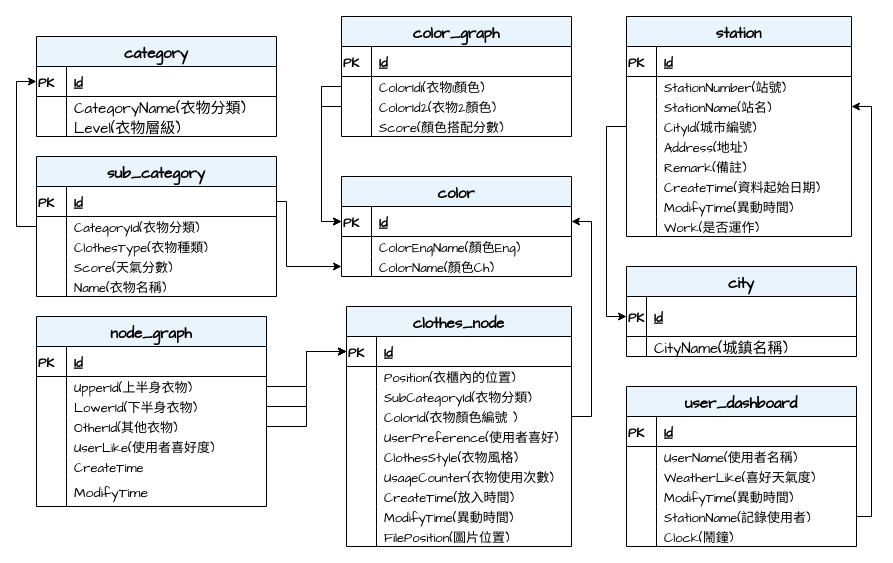
This is page "ER-Model" (5 of 8) of FileFolder/AIcloset_v2.drawio from Chrouos/Intelligence-Closet, a draw.io file, before an edit. Source tidied: cells renumbered, new cells numbered last; positions are measured from the earlier drawing's top-left corner, leaving out a move shared by most shapes. Both pictures are drawn from the tidied source at 100%, with x=0, y=0 at pixel (36, 16).
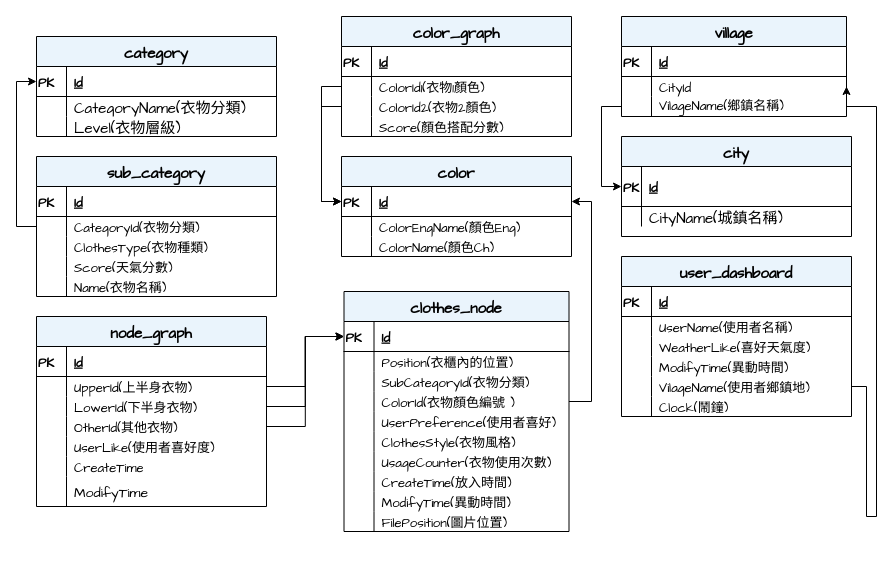
Above is the later version.

Unchanged cells that the change refers to:
```xml
<mxCell id="14" style="shape=partialRectangle;fillColor=none;top=0;left=0;bottom=1;right=0;points=[[0,0.5],[1,0.5]];portConstraint=eastwest;fontFamily=Comic Sans MS;fontSize=13;align=left;" parent="13" vertex="1">
  <mxGeometry y="30" width="240" height="30" as="geometry" />
</mxCell>
<mxCell id="46" style="shape=partialRectangle;fillColor=none;top=0;left=0;bottom=0;right=0;points=[[0,0.5],[1,0.5]];portConstraint=eastwest;fontFamily=Comic Sans MS;fontSize=13;align=left;" parent="36" vertex="1">
  <mxGeometry y="100" width="225" height="20" as="geometry" />
</mxCell>
<mxCell id="81" style="shape=partialRectangle;fillColor=none;top=0;left=0;bottom=1;right=0;points=[[0,0.5],[1,0.5]];portConstraint=eastwest;fontFamily=Comic Sans MS;fontSize=13;align=left;" parent="80" vertex="1">
  <mxGeometry y="30" width="230" height="30" as="geometry" />
</mxCell>
<mxCell id="87" style="shape=partialRectangle;fillColor=none;top=0;left=0;bottom=0;right=0;points=[[0,0.5],[1,0.5]];portConstraint=eastwest;fontFamily=Comic Sans MS;fontSize=13;align=left;" parent="80" vertex="1">
  <mxGeometry y="80" width="230" height="20" as="geometry" />
</mxCell>
<mxCell id="131" style="shape=partialRectangle;fillColor=none;top=0;left=0;bottom=0;right=0;points=[[0,0.5],[1,0.5]];portConstraint=eastwest;fontFamily=Comic Sans MS;fontSize=13;align=left;" parent="118" vertex="1">
  <mxGeometry y="120" width="230" height="20" as="geometry" />
</mxCell>
```

The edit, as a diff of the source:
```diff
@@
     <mxCell id="29" value="city" style="shape=table;startSize=30;childLayout=tableLayout;rowLines=0;fontStyle=1;align=center;fontFamily=Comic Sans MS;fontSize=15;fillColor=#EAF4FC;" parent="1" vertex="1">
-      <mxGeometry x="590" y="250" width="230" height="90" as="geometry" />
+      <mxGeometry x="585" y="120" width="230" height="100" as="geometry" />
     </mxCell>
@@
     <mxCell id="36" value="clothes_node" style="shape=table;startSize=30;childLayout=tableLayout;rowLines=0;fontStyle=1;align=center;fontFamily=Comic Sans MS;fontSize=15;fillColor=#EAF4FC;" parent="1" vertex="1">
-      <mxGeometry x="310" y="290" width="225" height="240" as="geometry" />
+      <mxGeometry x="307.5" y="275" width="225" height="240" as="geometry" />
     </mxCell>
@@
     <mxCell id="80" value="color" style="shape=table;startSize=30;childLayout=tableLayout;rowLines=0;fontStyle=1;align=center;fontFamily=Comic Sans MS;fontSize=15;fillColor=#EAF4FC;" parent="1" vertex="1">
-      <mxGeometry x="305" y="160" width="230" height="100" as="geometry" />
+      <mxGeometry x="305" y="140" width="230" height="100" as="geometry" />
     </mxCell>
@@
-    <mxCell id="90" value="station" style="shape=table;startSize=30;childLayout=tableLayout;rowLines=0;fontStyle=1;align=center;fontFamily=Comic Sans MS;fontSize=15;fillColor=#EAF4FC;" parent="1" vertex="1">
-      <mxGeometry x="590" width="225" height="220" as="geometry" />
+    <mxCell id="90" value="village" style="shape=table;startSize=30;childLayout=tableLayout;rowLines=0;fontStyle=1;align=center;fontFamily=Comic Sans MS;fontSize=15;fillColor=#EAF4FC;" parent="1" vertex="1">
+      <mxGeometry x="585" width="225" height="100" as="geometry" />
     </mxCell>
@@
-    <mxCell id="94" style="shape=partialRectangle;fillColor=none;top=0;left=0;bottom=0;right=0;fontFamily=Comic Sans MS;fontSize=13;align=left;" parent="90" vertex="1">
-      <mxGeometry y="60" width="225" height="20" as="geometry" />
-    </mxCell>
-    <mxCell id="95" style="shape=partialRectangle;fillColor=none;top=0;left=0;bottom=0;right=0;overflow=hidden;fontFamily=Comic Sans MS;fontSize=13;align=left;" parent="94" vertex="1">
-      <mxGeometry width="30" height="20" as="geometry" />
-    </mxCell>
-    <mxCell id="96" value="StationNumber(站號)" style="shape=partialRectangle;fillColor=none;top=0;left=0;bottom=0;right=0;align=left;spacingLeft=6;overflow=hidden;fontFamily=Comic Sans MS;fontSize=13;" parent="94" vertex="1">
-      <mxGeometry x="30" width="195" height="20" as="geometry" />
-    </mxCell>
     <mxCell id="97" style="shape=partialRectangle;fillColor=none;top=0;left=0;bottom=0;right=0;points=[[0,0.5],[1,0.5]];portConstraint=eastwest;fontFamily=Comic Sans MS;fontSize=13;align=left;" parent="90" vertex="1">
-      <mxGeometry y="80" width="225" height="20" as="geometry" />
+      <mxGeometry y="60" width="225" height="20" as="geometry" />
     </mxCell>
@@
-    <mxCell id="99" value="StationName(站名)" style="shape=partialRectangle;fillColor=none;top=0;left=0;bottom=0;right=0;align=left;spacingLeft=6;overflow=hidden;fontFamily=Comic Sans MS;fontSize=13;" parent="97" vertex="1">
+    <mxCell id="99" value="CityId" style="shape=partialRectangle;fillColor=none;top=0;left=0;bottom=0;right=0;align=left;spacingLeft=6;overflow=hidden;fontFamily=Comic Sans MS;fontSize=13;" parent="97" vertex="1">
       <mxGeometry x="30" width="195" height="20" as="geometry" />
     </mxCell>
     <mxCell id="100" style="shape=partialRectangle;fillColor=none;top=0;left=0;bottom=0;right=0;points=[[0,0.5],[1,0.5]];portConstraint=eastwest;fontFamily=Comic Sans MS;fontSize=13;align=left;" parent="90" vertex="1">
-      <mxGeometry y="100" width="225" height="20" as="geometry" />
+      <mxGeometry y="80" width="225" height="20" as="geometry" />
     </mxCell>
@@
-    <mxCell id="102" value="CityId(城市編號)" style="shape=partialRectangle;fillColor=none;top=0;left=0;bottom=0;right=0;align=left;spacingLeft=6;overflow=hidden;fontFamily=Comic Sans MS;fontSize=13;" parent="100" vertex="1">
+    <mxCell id="102" value="VilageName(鄉鎮名稱)&#10;" style="shape=partialRectangle;fillColor=none;top=0;left=0;bottom=0;right=0;align=left;spacingLeft=6;overflow=hidden;fontFamily=Comic Sans MS;fontSize=13;" parent="100" vertex="1">
       <mxGeometry x="30" width="195" height="20" as="geometry" />
     </mxCell>
-    <mxCell id="103" style="shape=partialRectangle;fillColor=none;top=0;left=0;bottom=0;right=0;fontFamily=Comic Sans MS;fontSize=13;align=left;" parent="90" vertex="1">
-      <mxGeometry y="120" width="225" height="20" as="geometry" />
-    </mxCell>
-    <mxCell id="104" style="shape=partialRectangle;fillColor=none;top=0;left=0;bottom=0;right=0;overflow=hidden;fontFamily=Comic Sans MS;fontSize=13;align=left;" parent="103" vertex="1">
-      <mxGeometry width="30" height="20" as="geometry" />
-    </mxCell>
-    <mxCell id="105" value="Address(地址)" style="shape=partialRectangle;fillColor=none;top=0;left=0;bottom=0;right=0;align=left;spacingLeft=6;overflow=hidden;fontFamily=Comic Sans MS;fontSize=13;" parent="103" vertex="1">
-      <mxGeometry x="30" width="195" height="20" as="geometry" />
-    </mxCell>
-    <mxCell id="106" style="shape=partialRectangle;fillColor=none;top=0;left=0;bottom=0;right=0;fontFamily=Comic Sans MS;fontSize=13;align=left;" parent="90" vertex="1">
-      <mxGeometry y="140" width="225" height="20" as="geometry" />
-    </mxCell>
-    <mxCell id="107" style="shape=partialRectangle;fillColor=none;top=0;left=0;bottom=0;right=0;overflow=hidden;fontFamily=Comic Sans MS;fontSize=13;align=left;" parent="106" vertex="1">
-      <mxGeometry width="30" height="20" as="geometry" />
-    </mxCell>
-    <mxCell id="108" value="Remark(備註)" style="shape=partialRectangle;fillColor=none;top=0;left=0;bottom=0;right=0;align=left;spacingLeft=6;overflow=hidden;fontFamily=Comic Sans MS;fontSize=13;" parent="106" vertex="1">
-      <mxGeometry x="30" width="195" height="20" as="geometry" />
-    </mxCell>
-    <mxCell id="109" style="shape=partialRectangle;fillColor=none;top=0;left=0;bottom=0;right=0;fontFamily=Comic Sans MS;fontSize=13;align=left;" parent="90" vertex="1">
-      <mxGeometry y="160" width="225" height="20" as="geometry" />
-    </mxCell>
-    <mxCell id="110" style="shape=partialRectangle;fillColor=none;top=0;left=0;bottom=0;right=0;overflow=hidden;fontFamily=Comic Sans MS;fontSize=13;align=left;" parent="109" vertex="1">
-      <mxGeometry width="30" height="20" as="geometry" />
-    </mxCell>
-    <mxCell id="111" value="CreateTime(資料起始日期)" style="shape=partialRectangle;fillColor=none;top=0;left=0;bottom=0;right=0;align=left;spacingLeft=6;overflow=hidden;fontFamily=Comic Sans MS;fontSize=13;" parent="109" vertex="1">
-      <mxGeometry x="30" width="195" height="20" as="geometry" />
-    </mxCell>
-    <mxCell id="112" style="shape=partialRectangle;fillColor=none;top=0;left=0;bottom=0;right=0;fontFamily=Comic Sans MS;fontSize=13;align=left;" parent="90" vertex="1">
-      <mxGeometry y="180" width="225" height="20" as="geometry" />
-    </mxCell>
-    <mxCell id="113" style="shape=partialRectangle;fillColor=none;top=0;left=0;bottom=0;right=0;overflow=hidden;fontFamily=Comic Sans MS;fontSize=13;align=left;" parent="112" vertex="1">
-      <mxGeometry width="30" height="20" as="geometry" />
-    </mxCell>
-    <mxCell id="114" value="ModifyTime(異動時間)" style="shape=partialRectangle;fillColor=none;top=0;left=0;bottom=0;right=0;align=left;spacingLeft=6;overflow=hidden;fontFamily=Comic Sans MS;fontSize=13;" parent="112" vertex="1">
-      <mxGeometry x="30" width="195" height="20" as="geometry" />
-    </mxCell>
-    <mxCell id="115" style="shape=partialRectangle;fillColor=none;top=0;left=0;bottom=0;right=0;fontFamily=Comic Sans MS;fontSize=13;align=left;" parent="90" vertex="1">
-      <mxGeometry y="200" width="225" height="20" as="geometry" />
-    </mxCell>
-    <mxCell id="116" style="shape=partialRectangle;fillColor=none;top=0;left=0;bottom=0;right=0;overflow=hidden;fontFamily=Comic Sans MS;fontSize=13;align=left;" parent="115" vertex="1">
-      <mxGeometry width="30" height="20" as="geometry" />
-    </mxCell>
-    <mxCell id="117" value="Work(是否運作)" style="shape=partialRectangle;fillColor=none;top=0;left=0;bottom=0;right=0;align=left;spacingLeft=6;overflow=hidden;fontFamily=Comic Sans MS;fontSize=13;" parent="115" vertex="1">
-      <mxGeometry x="30" width="195" height="20" as="geometry" />
-    </mxCell>
     <mxCell id="118" value="user_dashboard" style="shape=table;startSize=30;childLayout=tableLayout;rowLines=0;fontStyle=1;align=center;fontFamily=Comic Sans MS;fontSize=15;fillColor=#EAF4FC;" parent="1" vertex="1">
-      <mxGeometry x="590" y="370" width="230" height="160" as="geometry" />
+      <mxGeometry x="585" y="240" width="230" height="160" as="geometry" />
     </mxCell>
@@
-    <mxCell id="133" value="StationName(記錄使用者)" style="shape=partialRectangle;fillColor=none;top=0;left=0;bottom=0;right=0;align=left;spacingLeft=6;overflow=hidden;fontFamily=Comic Sans MS;fontSize=13;" parent="131" vertex="1">
+    <mxCell id="133" value="VilageName(使用者鄉鎮地)" style="shape=partialRectangle;fillColor=none;top=0;left=0;bottom=0;right=0;align=left;spacingLeft=6;overflow=hidden;fontFamily=Comic Sans MS;fontSize=13;" parent="131" vertex="1">
       <mxGeometry x="30" width="200" height="20" as="geometry" />
     </mxCell>
@@
-    <mxCell id="160" style="edgeStyle=orthogonalEdgeStyle;rounded=0;jettySize=auto;html=1;" parent="1" edge="1" source="14" target="87">
-      <mxGeometry relative="1" as="geometry">
-        <Array as="points">
-          <mxPoint x="250" y="185" />
-          <mxPoint x="250" y="250" />
-        </Array>
-      </mxGeometry>
-    </mxCell>
@@
     <mxCell id="163" style="edgeStyle=orthogonalEdgeStyle;rounded=0;jettySize=auto;html=1;entryX=1;entryY=0.5;entryDx=0;entryDy=0;" parent="1" edge="1" source="46" target="81">
       <mxGeometry relative="1" as="geometry">
         <Array as="points">
-          <mxPoint x="555" y="400" />
-          <mxPoint x="555" y="205" />
+          <mxPoint x="555" y="385" />
+          <mxPoint x="555" y="185" />
         </Array>
       </mxGeometry>
     </mxCell>
     <mxCell id="164" style="edgeStyle=orthogonalEdgeStyle;rounded=0;jettySize=auto;html=1;entryX=1;entryY=0.5;entryDx=0;entryDy=0;" parent="1" edge="1" source="131" target="97">
       <mxGeometry relative="1" as="geometry">
         <Array as="points">
-          <mxPoint x="835" y="500" />
-          <mxPoint x="835" y="90" />
+          <mxPoint x="830" y="370" />
+          <mxPoint x="830" y="500" />
+          <mxPoint x="840" y="500" />
+          <mxPoint x="840" y="90" />
+          <mxPoint x="810" y="90" />
         </Array>
       </mxGeometry>
     </mxCell>
```
